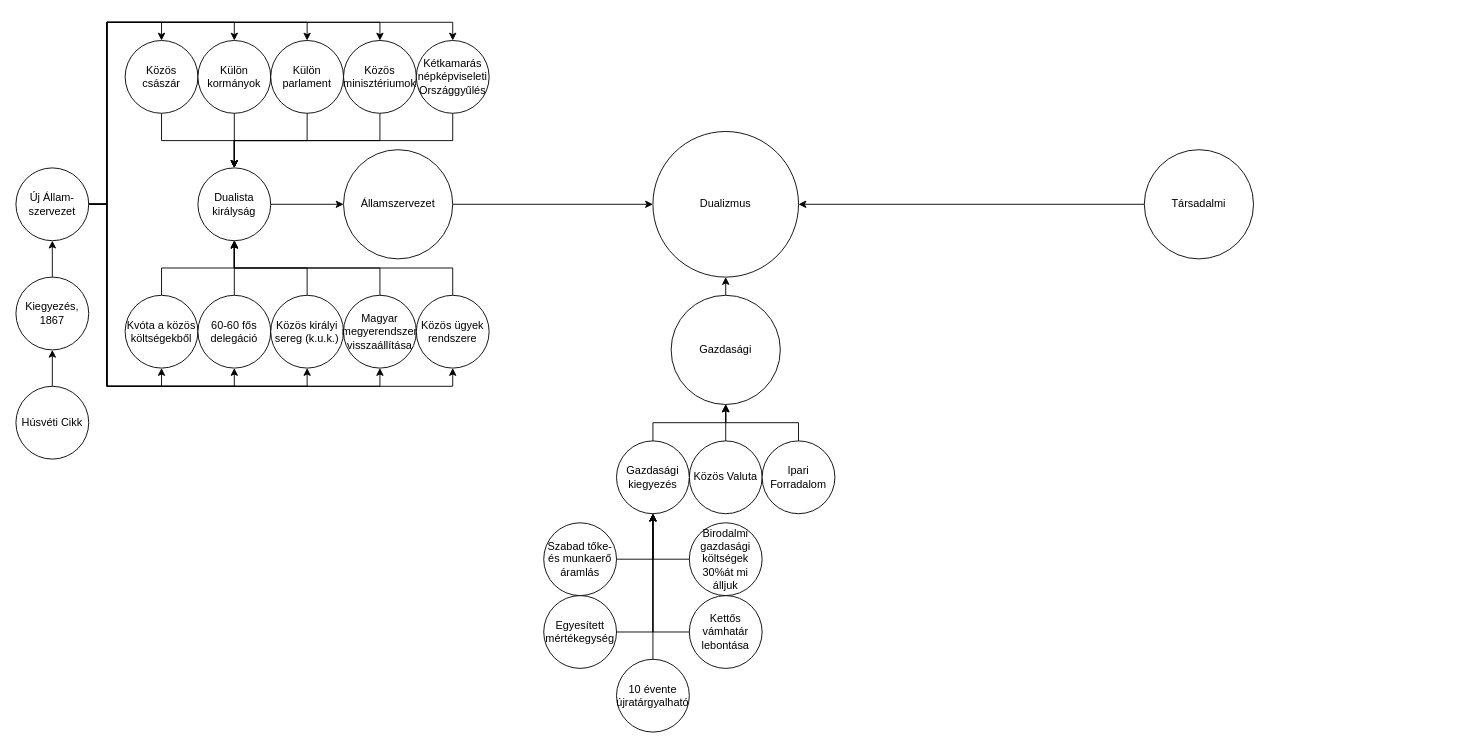
Earlier version of the draw.io diagram 2024-2025/Tortenelem/mo_xviii_gondolatterkep.drawio (Maho-Yoshino/School_Notes). Source tidied: cells renumbered, new cells numbered last; positions are measured from the earlier drawing's top-left corner, leaving out a move shared by most shapes. Both pictures are drawn from the tidied source at 91%, with x=0, y=0 at pixel (15, 22).
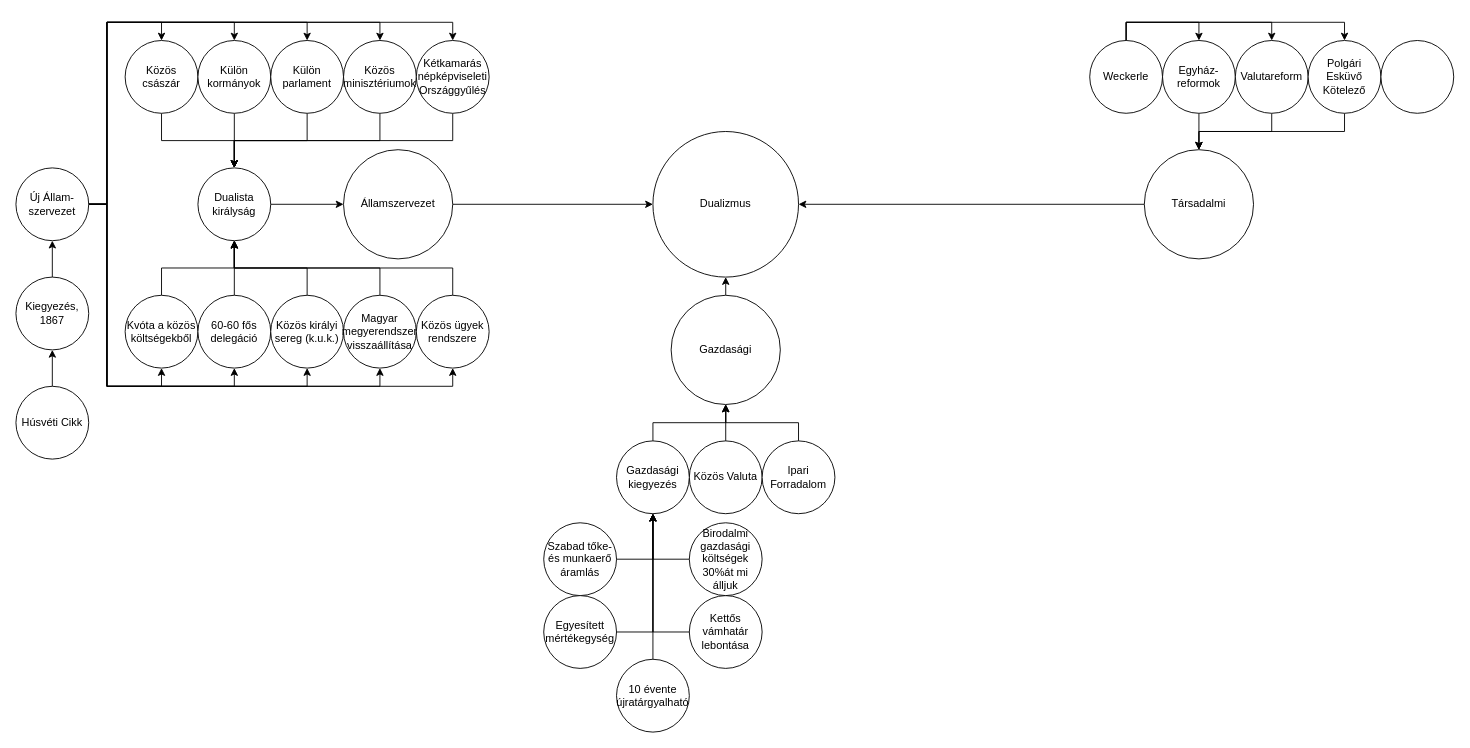
The same diagram, later.

The change refers to these unchanged cells:
```xml
<mxCell id="7" value="Társadalmi" style="ellipse;whiteSpace=wrap;html=1;" parent="1" vertex="1">
  <mxGeometry x="1240" y="140" width="120" height="120" as="geometry" />
</mxCell>
```

The edit, as a diff of the source:
```diff
@@
+    <mxCell id="62" style="edgeStyle=orthogonalEdgeStyle;rounded=0;jettySize=auto;html=1;exitX=0.5;exitY=0;exitDx=0;exitDy=0;entryX=0.5;entryY=0;entryDx=0;entryDy=0;" parent="1" edge="1" source="65" target="67">
+      <mxGeometry relative="1" as="geometry" />
+    </mxCell>
+    <mxCell id="63" style="edgeStyle=orthogonalEdgeStyle;rounded=0;jettySize=auto;html=1;exitX=0.5;exitY=0;exitDx=0;exitDy=0;entryX=0.5;entryY=0;entryDx=0;entryDy=0;" parent="1" edge="1" source="65" target="69">
+      <mxGeometry relative="1" as="geometry" />
+    </mxCell>
+    <mxCell id="64" style="edgeStyle=orthogonalEdgeStyle;rounded=0;jettySize=auto;html=1;exitX=0.5;exitY=0;exitDx=0;exitDy=0;entryX=0.5;entryY=0;entryDx=0;entryDy=0;" parent="1" edge="1" source="65" target="71">
+      <mxGeometry relative="1" as="geometry" />
+    </mxCell>
+    <mxCell id="65" value="Weckerle" style="ellipse;whiteSpace=wrap;html=1;" parent="1" vertex="1">
+      <mxGeometry x="1180" y="20" width="80" height="80" as="geometry" />
+    </mxCell>
+    <mxCell id="66" style="edgeStyle=orthogonalEdgeStyle;rounded=0;jettySize=auto;html=1;exitX=0.5;exitY=1;exitDx=0;exitDy=0;entryX=0.5;entryY=0;entryDx=0;entryDy=0;" parent="1" edge="1" source="67" target="7">
+      <mxGeometry relative="1" as="geometry" />
+    </mxCell>
+    <mxCell id="67" value="Egyház-reformok" style="ellipse;whiteSpace=wrap;html=1;" parent="1" vertex="1">
+      <mxGeometry x="1260" y="20" width="80" height="80" as="geometry" />
+    </mxCell>
+    <mxCell id="68" style="edgeStyle=orthogonalEdgeStyle;rounded=0;jettySize=auto;html=1;exitX=0.5;exitY=1;exitDx=0;exitDy=0;entryX=0.5;entryY=0;entryDx=0;entryDy=0;" parent="1" edge="1" source="69" target="7">
+      <mxGeometry relative="1" as="geometry" />
+    </mxCell>
+    <mxCell id="69" value="Valutareform" style="ellipse;whiteSpace=wrap;html=1;" parent="1" vertex="1">
+      <mxGeometry x="1340" y="20" width="80" height="80" as="geometry" />
+    </mxCell>
+    <mxCell id="70" style="edgeStyle=orthogonalEdgeStyle;rounded=0;jettySize=auto;html=1;exitX=0.5;exitY=1;exitDx=0;exitDy=0;entryX=0.5;entryY=0;entryDx=0;entryDy=0;" parent="1" edge="1" source="71" target="7">
+      <mxGeometry relative="1" as="geometry" />
+    </mxCell>
+    <mxCell id="71" value="Polgári Esküvő Kötelező" style="ellipse;whiteSpace=wrap;html=1;" parent="1" vertex="1">
+      <mxGeometry x="1420" y="20" width="80" height="80" as="geometry" />
+    </mxCell>
+    <mxCell id="72" style="ellipse;whiteSpace=wrap;html=1;" parent="1" vertex="1">
+      <mxGeometry x="1500" y="20" width="80" height="80" as="geometry" />
+    </mxCell>
```
